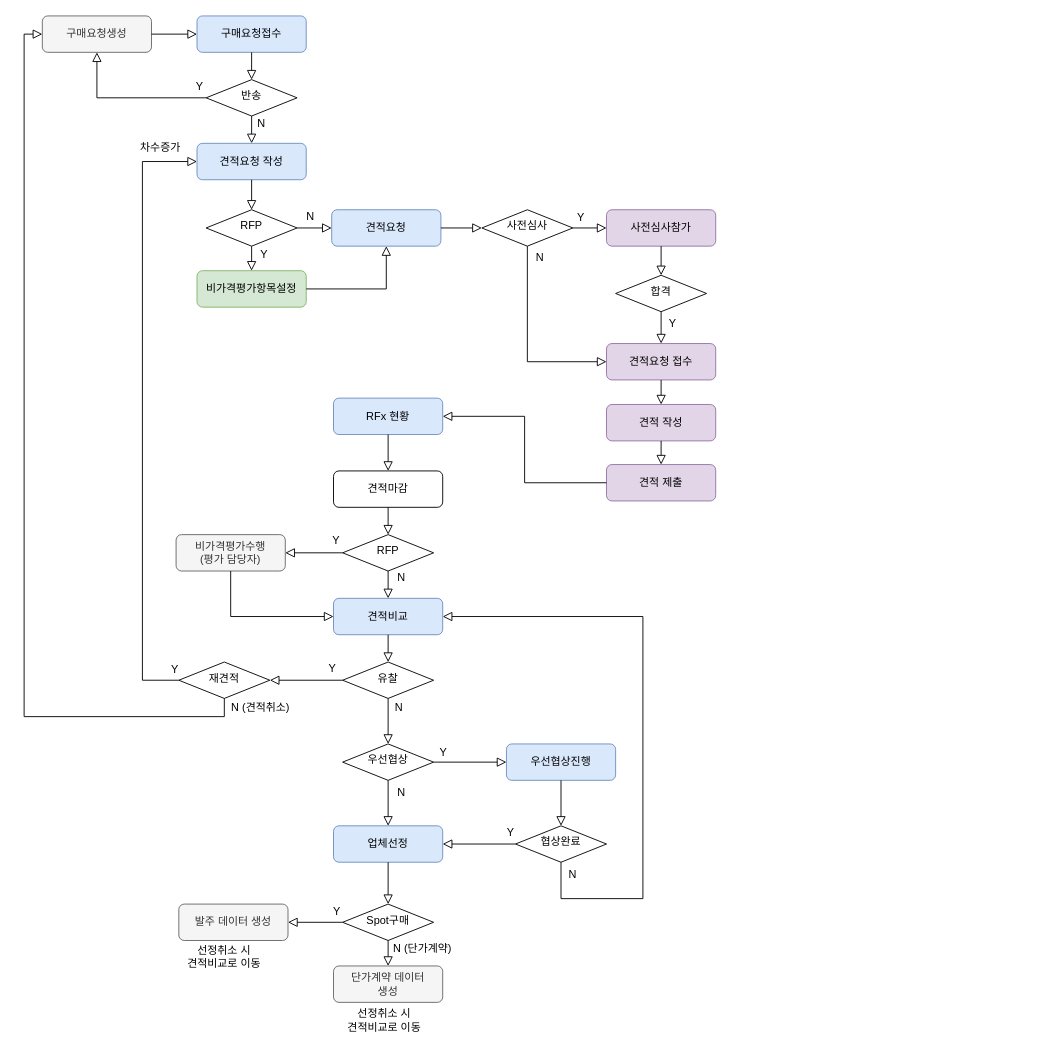
kisspa-source/draw keeps this draw.io diagram as RFx.drawio. Above is the earlier version. Source tidied: cells renumbered, new cells numbered last; positions are measured from the earlier drawing's top-left corner, leaving out a move shared by most shapes. Both pictures are drawn from the tidied source at 91%, with x=0, y=0 at pixel (42, 15).
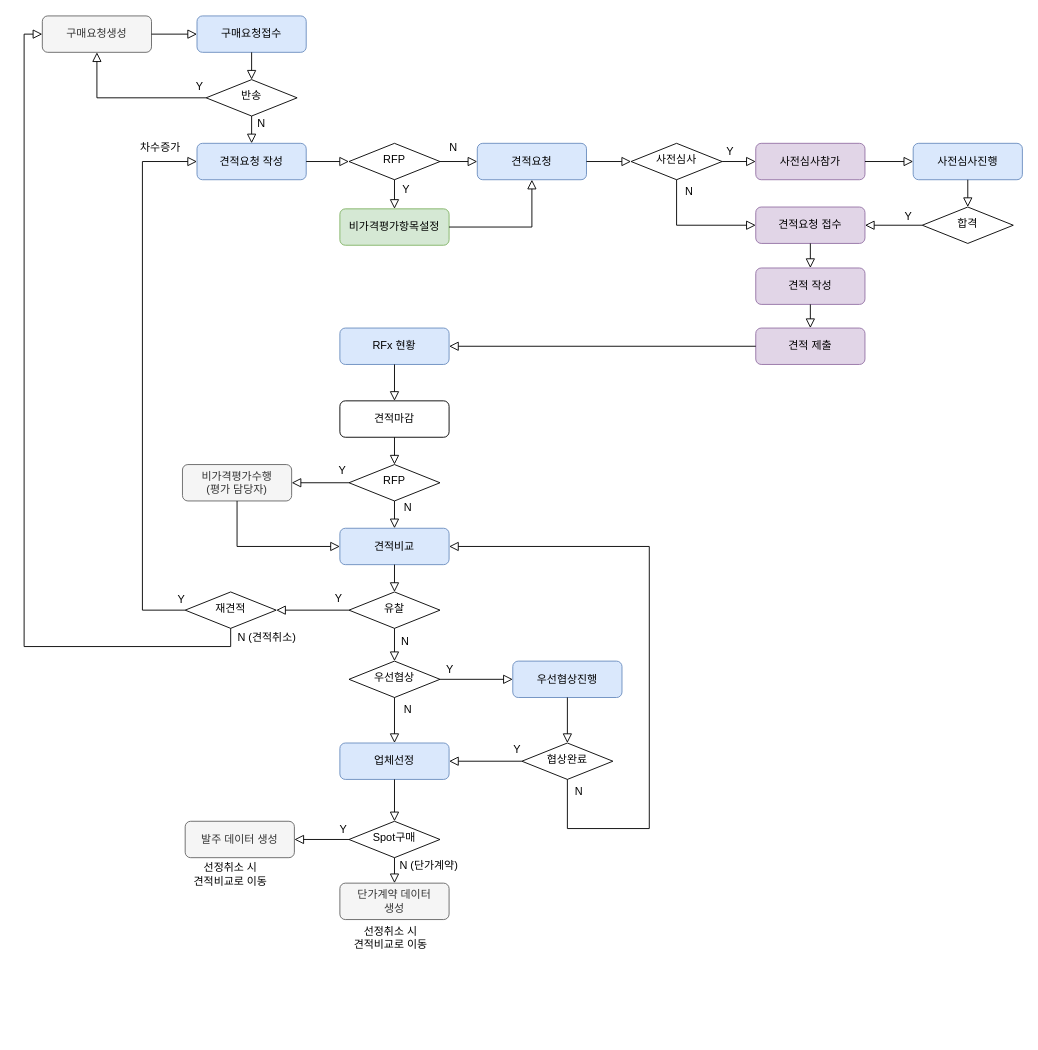
The same diagram, later.

Unchanged cells that the change refers to:
```xml
<mxCell id="8" value="견적요청 작성" style="rounded=1;whiteSpace=wrap;html=1;fontSize=12;glass=0;strokeWidth=1;shadow=0;fillColor=#dae8fc;strokeColor=#6c8ebf;" parent="1" vertex="1">
  <mxGeometry x="170" y="140" width="120" height="40" as="geometry" />
</mxCell>
```

The edit, as a diff of the source:
```diff
@@
     <mxCell id="9" value="RFP" style="rhombus;whiteSpace=wrap;html=1;shadow=0;fontFamily=Helvetica;fontSize=12;align=center;strokeWidth=1;spacing=6;spacingTop=-4;" parent="1" vertex="1">
-      <mxGeometry x="180" y="213" width="100" height="40" as="geometry" />
+      <mxGeometry x="337" y="140" width="100" height="40" as="geometry" />
     </mxCell>
@@
     <mxCell id="13" value="견적요청" style="rounded=1;whiteSpace=wrap;html=1;fontSize=12;glass=0;strokeWidth=1;shadow=0;fillColor=#dae8fc;strokeColor=#6c8ebf;" parent="1" vertex="1">
-      <mxGeometry x="318" y="213" width="120" height="40" as="geometry" />
+      <mxGeometry x="478" y="140" width="120" height="40" as="geometry" />
     </mxCell>
     <mxCell id="14" value="N" style="text;html=1;strokeColor=none;fillColor=none;align=center;verticalAlign=middle;whiteSpace=wrap;rounded=0;" parent="1" vertex="1">
-      <mxGeometry x="381" y="603" width="28" height="30" as="geometry" />
+      <mxGeometry x="388" y="526" width="28" height="30" as="geometry" />
     </mxCell>
     <mxCell id="15" value="비가격평가항목설정" style="rounded=1;whiteSpace=wrap;html=1;fontSize=12;glass=0;strokeWidth=1;shadow=0;fillColor=#d5e8d4;strokeColor=#82b366;" parent="1" vertex="1">
-      <mxGeometry x="170" y="280" width="120" height="40" as="geometry" />
+      <mxGeometry x="327" y="212" width="120" height="40" as="geometry" />
     </mxCell>
-    <mxCell id="16" style="rounded=0;html=1;jettySize=auto;fontSize=11;endArrow=block;endFill=0;endSize=8;strokeWidth=1;shadow=0;labelBackgroundColor=none;entryX=0.5;entryY=0;entryDx=0;entryDy=0;exitX=0.5;exitY=1;exitDx=0;exitDy=0;" parent="1" edge="1" source="8" target="9">
+    <mxCell id="16" style="rounded=0;html=1;jettySize=auto;fontSize=11;endArrow=block;endFill=0;endSize=8;strokeWidth=1;shadow=0;labelBackgroundColor=none;entryX=0;entryY=0.5;entryDx=0;entryDy=0;exitX=1;exitY=0.5;exitDx=0;exitDy=0;" parent="1" edge="1" source="8" target="9">
       <mxGeometry relative="1" as="geometry" />
     </mxCell>
     <mxCell id="17" value="Y" style="text;html=1;strokeColor=none;fillColor=none;align=center;verticalAlign=middle;whiteSpace=wrap;rounded=0;" parent="1" vertex="1">
-      <mxGeometry x="234" y="247" width="20" height="30" as="geometry" />
+      <mxGeometry x="390" y="176" width="20" height="30" as="geometry" />
     </mxCell>
@@
     <mxCell id="21" value="견적요청 접수" style="rounded=1;whiteSpace=wrap;html=1;fontSize=12;glass=0;strokeWidth=1;shadow=0;fillColor=#e1d5e7;strokeColor=#9673a6;" parent="1" vertex="1">
-      <mxGeometry x="620" y="360" width="120" height="40" as="geometry" />
+      <mxGeometry x="784" y="210" width="120" height="40" as="geometry" />
     </mxCell>
     <mxCell id="22" value="견적 작성" style="rounded=1;whiteSpace=wrap;html=1;fontSize=12;glass=0;strokeWidth=1;shadow=0;fillColor=#e1d5e7;strokeColor=#9673a6;" parent="1" vertex="1">
-      <mxGeometry x="620" y="427" width="120" height="40" as="geometry" />
+      <mxGeometry x="784" y="277" width="120" height="40" as="geometry" />
     </mxCell>
     <mxCell id="23" value="견적 제출" style="rounded=1;whiteSpace=wrap;html=1;fontSize=12;glass=0;strokeWidth=1;shadow=0;fillColor=#e1d5e7;strokeColor=#9673a6;" parent="1" vertex="1">
-      <mxGeometry x="620" y="493" width="120" height="40" as="geometry" />
+      <mxGeometry x="784" y="343" width="120" height="40" as="geometry" />
     </mxCell>
     <mxCell id="24" value="RFx 현황" style="rounded=1;whiteSpace=wrap;html=1;fontSize=12;glass=0;strokeWidth=1;shadow=0;fillColor=#dae8fc;strokeColor=#6c8ebf;" parent="1" vertex="1">
-      <mxGeometry x="320" y="420" width="120" height="40" as="geometry" />
+      <mxGeometry x="327" y="343" width="120" height="40" as="geometry" />
     </mxCell>
     <mxCell id="25" value="견적마감" style="rounded=1;whiteSpace=wrap;html=1;fontSize=12;glass=0;strokeWidth=1;shadow=0;" parent="1" vertex="1">
-      <mxGeometry x="320" y="500" width="120" height="40" as="geometry" />
+      <mxGeometry x="327" y="423" width="120" height="40" as="geometry" />
     </mxCell>
     <mxCell id="26" value="RFP" style="rhombus;whiteSpace=wrap;html=1;shadow=0;fontFamily=Helvetica;fontSize=12;align=center;strokeWidth=1;spacing=6;spacingTop=-4;" parent="1" vertex="1">
-      <mxGeometry x="330" y="570" width="100" height="40" as="geometry" />
+      <mxGeometry x="337" y="493" width="100" height="40" as="geometry" />
     </mxCell>
@@
     <mxCell id="32" value="비가격평가수행&lt;br&gt;(평가 담당자)" style="rounded=1;whiteSpace=wrap;html=1;fontSize=12;glass=0;strokeWidth=1;shadow=0;fillColor=#f5f5f5;fontColor=#333333;strokeColor=#666666;" parent="1" vertex="1">
-      <mxGeometry x="147" y="570" width="120" height="40" as="geometry" />
+      <mxGeometry x="154" y="493" width="120" height="40" as="geometry" />
     </mxCell>
     <mxCell id="33" value="견적비교" style="rounded=1;whiteSpace=wrap;html=1;fontSize=12;glass=0;strokeWidth=1;shadow=0;fillColor=#dae8fc;strokeColor=#6c8ebf;" parent="1" vertex="1">
-      <mxGeometry x="320" y="640" width="120" height="40" as="geometry" />
+      <mxGeometry x="327" y="563" width="120" height="40" as="geometry" />
     </mxCell>
@@
     <mxCell id="36" value="유찰" style="rhombus;whiteSpace=wrap;html=1;shadow=0;fontFamily=Helvetica;fontSize=12;align=center;strokeWidth=1;spacing=6;spacingTop=-4;" parent="1" vertex="1">
-      <mxGeometry x="330" y="710" width="100" height="40" as="geometry" />
+      <mxGeometry x="337" y="633" width="100" height="40" as="geometry" />
     </mxCell>
@@
     <mxCell id="38" value="업체선정" style="rounded=1;whiteSpace=wrap;html=1;fontSize=12;glass=0;strokeWidth=1;shadow=0;fillColor=#dae8fc;strokeColor=#6c8ebf;" parent="1" vertex="1">
-      <mxGeometry x="320" y="890" width="120" height="40" as="geometry" />
+      <mxGeometry x="327" y="799" width="120" height="40" as="geometry" />
     </mxCell>
     <mxCell id="39" value="재견적" style="rhombus;whiteSpace=wrap;html=1;shadow=0;fontFamily=Helvetica;fontSize=12;align=center;strokeWidth=1;spacing=6;spacingTop=-4;" parent="1" vertex="1">
-      <mxGeometry x="150" y="710" width="100" height="40" as="geometry" />
+      <mxGeometry x="157" y="633" width="100" height="40" as="geometry" />
     </mxCell>
@@
     <mxCell id="41" value="Y" style="text;html=1;strokeColor=none;fillColor=none;align=center;verticalAlign=middle;whiteSpace=wrap;rounded=0;" parent="1" vertex="1">
-      <mxGeometry x="301" y="562" width="44" height="30" as="geometry" />
+      <mxGeometry x="308" y="485" width="44" height="30" as="geometry" />
     </mxCell>
     <mxCell id="42" value="Y" style="text;html=1;strokeColor=none;fillColor=none;align=center;verticalAlign=middle;whiteSpace=wrap;rounded=0;" parent="1" vertex="1">
-      <mxGeometry x="301" y="703" width="36" height="30" as="geometry" />
+      <mxGeometry x="308" y="626" width="36" height="30" as="geometry" />
     </mxCell>
     <mxCell id="43" value="N" style="text;html=1;strokeColor=none;fillColor=none;align=center;verticalAlign=middle;whiteSpace=wrap;rounded=0;" parent="1" vertex="1">
-      <mxGeometry x="377" y="745" width="30" height="30" as="geometry" />
+      <mxGeometry x="384" y="673" width="30" height="30" as="geometry" />
     </mxCell>
     <mxCell id="44" style="html=1;jettySize=auto;fontSize=11;endArrow=block;endFill=0;endSize=8;strokeWidth=1;shadow=0;labelBackgroundColor=none;edgeStyle=orthogonalEdgeStyle;exitX=0;exitY=0.5;exitDx=0;exitDy=0;entryX=0;entryY=0.5;entryDx=0;entryDy=0;rounded=0;" parent="1" edge="1" source="39" target="8">
       <mxGeometry relative="1" as="geometry">
         <Array as="points">
-          <mxPoint x="110" y="730" />
+          <mxPoint x="110" y="653" />
           <mxPoint x="110" y="160" />
         </Array>
       </mxGeometry>
     </mxCell>
     <mxCell id="45" value="Y" style="text;html=1;strokeColor=none;fillColor=none;align=center;verticalAlign=middle;whiteSpace=wrap;rounded=0;" parent="1" vertex="1">
-      <mxGeometry x="131" y="704" width="30" height="30" as="geometry" />
+      <mxGeometry x="138" y="627" width="30" height="30" as="geometry" />
     </mxCell>
@@
     <mxCell id="47" value="Spot구매" style="rhombus;whiteSpace=wrap;html=1;shadow=0;fontFamily=Helvetica;fontSize=12;align=center;strokeWidth=1;spacing=6;spacingTop=-4;" parent="1" vertex="1">
-      <mxGeometry x="330" y="976" width="100" height="40" as="geometry" />
+      <mxGeometry x="337" y="885" width="100" height="40" as="geometry" />
     </mxCell>
@@
     <mxCell id="49" value="단가계약 데이터&lt;br&gt;생성" style="rounded=1;whiteSpace=wrap;html=1;fontSize=12;glass=0;strokeWidth=1;shadow=0;fillColor=#f5f5f5;fontColor=#333333;strokeColor=#666666;" parent="1" vertex="1">
-      <mxGeometry x="320" y="1044" width="120" height="40" as="geometry" />
+      <mxGeometry x="327" y="953" width="120" height="40" as="geometry" />
     </mxCell>
@@
     <mxCell id="51" value="N (단가계약)" style="text;html=1;strokeColor=none;fillColor=none;align=center;verticalAlign=middle;whiteSpace=wrap;rounded=0;" parent="1" vertex="1">
-      <mxGeometry x="368" y="1010" width="100" height="30" as="geometry" />
+      <mxGeometry x="375" y="919" width="100" height="30" as="geometry" />
     </mxCell>
     <mxCell id="52" value="발주 데이터 생성" style="rounded=1;whiteSpace=wrap;html=1;fontSize=12;glass=0;strokeWidth=1;shadow=0;fillColor=#f5f5f5;fontColor=#333333;strokeColor=#666666;" parent="1" vertex="1">
-      <mxGeometry x="150" y="976" width="120" height="40" as="geometry" />
+      <mxGeometry x="157" y="885" width="120" height="40" as="geometry" />
     </mxCell>
@@
     <mxCell id="54" value="Y" style="text;html=1;strokeColor=none;fillColor=none;align=center;verticalAlign=middle;whiteSpace=wrap;rounded=0;" parent="1" vertex="1">
-      <mxGeometry x="306" y="975" width="36" height="20" as="geometry" />
+      <mxGeometry x="313" y="884" width="36" height="20" as="geometry" />
     </mxCell>
@@
     <mxCell id="56" value="N" style="text;html=1;strokeColor=none;fillColor=none;align=center;verticalAlign=middle;whiteSpace=wrap;rounded=0;" parent="1" vertex="1">
-      <mxGeometry x="280" y="206" width="30" height="30" as="geometry" />
+      <mxGeometry x="437" y="130" width="30" height="30" as="geometry" />
     </mxCell>
     <mxCell id="57" value="N (견적취소)" style="text;html=1;strokeColor=none;fillColor=none;align=center;verticalAlign=middle;whiteSpace=wrap;rounded=0;" parent="1" vertex="1">
-      <mxGeometry x="200" y="745" width="80" height="30" as="geometry" />
+      <mxGeometry x="207" y="668" width="80" height="30" as="geometry" />
     </mxCell>
@@
     <mxCell id="59" value="사전심사" style="rhombus;whiteSpace=wrap;html=1;shadow=0;fontFamily=Helvetica;fontSize=12;align=center;strokeWidth=1;spacing=6;spacingTop=-4;" parent="1" vertex="1">
-      <mxGeometry x="483" y="213" width="100" height="40" as="geometry" />
+      <mxGeometry x="647" y="140" width="100" height="40" as="geometry" />
     </mxCell>
     <mxCell id="60" value="사전심사참가" style="rounded=1;whiteSpace=wrap;html=1;fontSize=12;glass=0;strokeWidth=1;shadow=0;fillColor=#e1d5e7;strokeColor=#9673a6;" parent="1" vertex="1">
-      <mxGeometry x="620" y="213" width="120" height="40" as="geometry" />
+      <mxGeometry x="784" y="140" width="120" height="40" as="geometry" />
     </mxCell>
@@
     <mxCell id="62" value="Y" style="text;html=1;strokeColor=none;fillColor=none;align=center;verticalAlign=middle;whiteSpace=wrap;rounded=0;" parent="1" vertex="1">
-      <mxGeometry x="577" y="207" width="30" height="30" as="geometry" />
+      <mxGeometry x="741" y="134" width="30" height="30" as="geometry" />
     </mxCell>
@@
     <mxCell id="65" value="N" style="text;html=1;strokeColor=none;fillColor=none;align=center;verticalAlign=middle;whiteSpace=wrap;rounded=0;" parent="1" vertex="1">
-      <mxGeometry x="532" y="251" width="30" height="30" as="geometry" />
+      <mxGeometry x="696" y="178" width="30" height="30" as="geometry" />
     </mxCell>
-    <mxCell id="66" value="합격" style="rhombus;whiteSpace=wrap;html=1;shadow=0;fontFamily=Helvetica;fontSize=12;align=center;strokeWidth=1;spacing=6;spacingTop=-4;" parent="1" vertex="1">
-      <mxGeometry x="630" y="285" width="100" height="40" as="geometry" />
-    </mxCell>
-    <mxCell id="67" style="rounded=0;html=1;jettySize=auto;fontSize=11;endArrow=block;endFill=0;endSize=8;strokeWidth=1;shadow=0;labelBackgroundColor=none;exitX=0.5;exitY=1;exitDx=0;exitDy=0;edgeStyle=orthogonalEdgeStyle;entryX=0.5;entryY=0;entryDx=0;entryDy=0;" parent="1" edge="1" source="60" target="66">
-      <mxGeometry relative="1" as="geometry" />
-    </mxCell>
-    <mxCell id="68" style="rounded=0;html=1;jettySize=auto;fontSize=11;endArrow=block;endFill=0;endSize=8;strokeWidth=1;shadow=0;labelBackgroundColor=none;exitX=0.5;exitY=1;exitDx=0;exitDy=0;edgeStyle=orthogonalEdgeStyle;entryX=0.5;entryY=0;entryDx=0;entryDy=0;" parent="1" edge="1" source="66" target="21">
-      <mxGeometry relative="1" as="geometry" />
-    </mxCell>
     <mxCell id="69" value="Y" style="text;html=1;strokeColor=none;fillColor=none;align=center;verticalAlign=middle;whiteSpace=wrap;rounded=0;" parent="1" vertex="1">
-      <mxGeometry x="678" y="323" width="30" height="30" as="geometry" />
+      <mxGeometry x="937" y="206" width="30" height="30" as="geometry" />
     </mxCell>
     <mxCell id="70" value="우선협상" style="rhombus;whiteSpace=wrap;html=1;shadow=0;fontFamily=Helvetica;fontSize=12;align=center;strokeWidth=1;spacing=6;spacingTop=-4;" parent="1" vertex="1">
-      <mxGeometry x="330" y="800" width="100" height="40" as="geometry" />
+      <mxGeometry x="337" y="709" width="100" height="40" as="geometry" />
     </mxCell>
@@
     <mxCell id="73" value="우선협상진행" style="rounded=1;whiteSpace=wrap;html=1;fontSize=12;glass=0;strokeWidth=1;shadow=0;fillColor=#dae8fc;strokeColor=#6c8ebf;" parent="1" vertex="1">
-      <mxGeometry x="510" y="800" width="120" height="40" as="geometry" />
+      <mxGeometry x="517" y="709" width="120" height="40" as="geometry" />
     </mxCell>
@@
     <mxCell id="75" value="Y" style="text;html=1;strokeColor=none;fillColor=none;align=center;verticalAlign=middle;whiteSpace=wrap;rounded=0;" parent="1" vertex="1">
-      <mxGeometry x="426" y="795" width="30" height="30" as="geometry" />
+      <mxGeometry x="433" y="704" width="30" height="30" as="geometry" />
     </mxCell>
     <mxCell id="76" value="N" style="text;html=1;strokeColor=none;fillColor=none;align=center;verticalAlign=middle;whiteSpace=wrap;rounded=0;" parent="1" vertex="1">
-      <mxGeometry x="380" y="839" width="30" height="30" as="geometry" />
+      <mxGeometry x="387" y="748" width="30" height="30" as="geometry" />
     </mxCell>
     <mxCell id="77" value="협상완료" style="rhombus;whiteSpace=wrap;html=1;shadow=0;fontFamily=Helvetica;fontSize=12;align=center;strokeWidth=1;spacing=6;spacingTop=-4;" parent="1" vertex="1">
-      <mxGeometry x="520" y="890" width="100" height="40" as="geometry" />
+      <mxGeometry x="527" y="799" width="100" height="40" as="geometry" />
     </mxCell>
@@
     <mxCell id="80" value="Y" style="text;html=1;strokeColor=none;fillColor=none;align=center;verticalAlign=middle;whiteSpace=wrap;rounded=0;" parent="1" vertex="1">
-      <mxGeometry x="500" y="883" width="30" height="30" as="geometry" />
+      <mxGeometry x="507" y="792" width="30" height="30" as="geometry" />
     </mxCell>
     <mxCell id="81" style="rounded=0;html=1;jettySize=auto;fontSize=11;endArrow=block;endFill=0;endSize=8;strokeWidth=1;shadow=0;labelBackgroundColor=none;exitX=0.5;exitY=1;exitDx=0;exitDy=0;entryX=1;entryY=0.5;entryDx=0;entryDy=0;edgeStyle=orthogonalEdgeStyle;" parent="1" edge="1" source="77" target="33">
       <mxGeometry relative="1" as="geometry">
         <Array as="points">
-          <mxPoint x="570" y="970" />
-          <mxPoint x="660" y="970" />
-          <mxPoint x="660" y="660" />
+          <mxPoint x="577" y="893" />
+          <mxPoint x="667" y="893" />
+          <mxPoint x="667" y="583" />
         </Array>
       </mxGeometry>
     </mxCell>
     <mxCell id="82" value="N" style="text;html=1;strokeColor=none;fillColor=none;align=center;verticalAlign=middle;whiteSpace=wrap;rounded=0;" parent="1" vertex="1">
-      <mxGeometry x="568" y="929" width="30" height="30" as="geometry" />
+      <mxGeometry x="575" y="838" width="30" height="30" as="geometry" />
     </mxCell>
     <mxCell id="83" value="선정취소 시 &lt;br&gt;견적비교로 이동" style="text;html=1;strokeColor=none;fillColor=none;align=center;verticalAlign=middle;whiteSpace=wrap;rounded=0;" parent="1" vertex="1">
-      <mxGeometry x="150" y="1019" width="100" height="30" as="geometry" />
+      <mxGeometry x="157" y="928" width="100" height="30" as="geometry" />
     </mxCell>
     <mxCell id="84" value="선정취소 시 &lt;br&gt;견적비교로 이동" style="text;html=1;strokeColor=none;fillColor=none;align=center;verticalAlign=middle;whiteSpace=wrap;rounded=0;" parent="1" vertex="1">
-      <mxGeometry x="326" y="1089" width="100" height="30" as="geometry" />
+      <mxGeometry x="333" y="998" width="100" height="30" as="geometry" />
     </mxCell>
+    <mxCell id="85" value="사전심사진행" style="rounded=1;whiteSpace=wrap;html=1;fontSize=12;glass=0;strokeWidth=1;shadow=0;fillColor=#dae8fc;strokeColor=#6c8ebf;" parent="1" vertex="1">
+      <mxGeometry x="957" y="140" width="120" height="40" as="geometry" />
+    </mxCell>
+    <mxCell id="68" style="rounded=0;html=1;jettySize=auto;fontSize=11;endArrow=block;endFill=0;endSize=8;strokeWidth=1;shadow=0;labelBackgroundColor=none;entryX=1;entryY=0.5;entryDx=0;entryDy=0;" parent="1" edge="1" source="66" target="21">
+      <mxGeometry relative="1" as="geometry" />
+    </mxCell>
+    <mxCell id="86" style="rounded=0;html=1;jettySize=auto;fontSize=11;endArrow=block;endFill=0;endSize=8;strokeWidth=1;shadow=0;labelBackgroundColor=none;exitX=0.5;exitY=1;exitDx=0;exitDy=0;entryX=0.5;entryY=0;entryDx=0;entryDy=0;" parent="1" edge="1" source="85" target="66">
+      <mxGeometry relative="1" as="geometry" />
+    </mxCell>
+    <mxCell id="66" value="합격" style="rhombus;whiteSpace=wrap;html=1;shadow=0;fontFamily=Helvetica;fontSize=12;align=center;strokeWidth=1;spacing=6;spacingTop=-4;" parent="1" vertex="1">
+      <mxGeometry x="967" y="210" width="100" height="40" as="geometry" />
+    </mxCell>
+    <mxCell id="87" style="rounded=0;html=1;jettySize=auto;fontSize=11;endArrow=block;endFill=0;endSize=8;strokeWidth=1;shadow=0;labelBackgroundColor=none;exitX=1;exitY=0.5;exitDx=0;exitDy=0;entryX=0;entryY=0.5;entryDx=0;entryDy=0;" parent="1" edge="1" source="60" target="85">
+      <mxGeometry relative="1" as="geometry" />
+    </mxCell>
```
